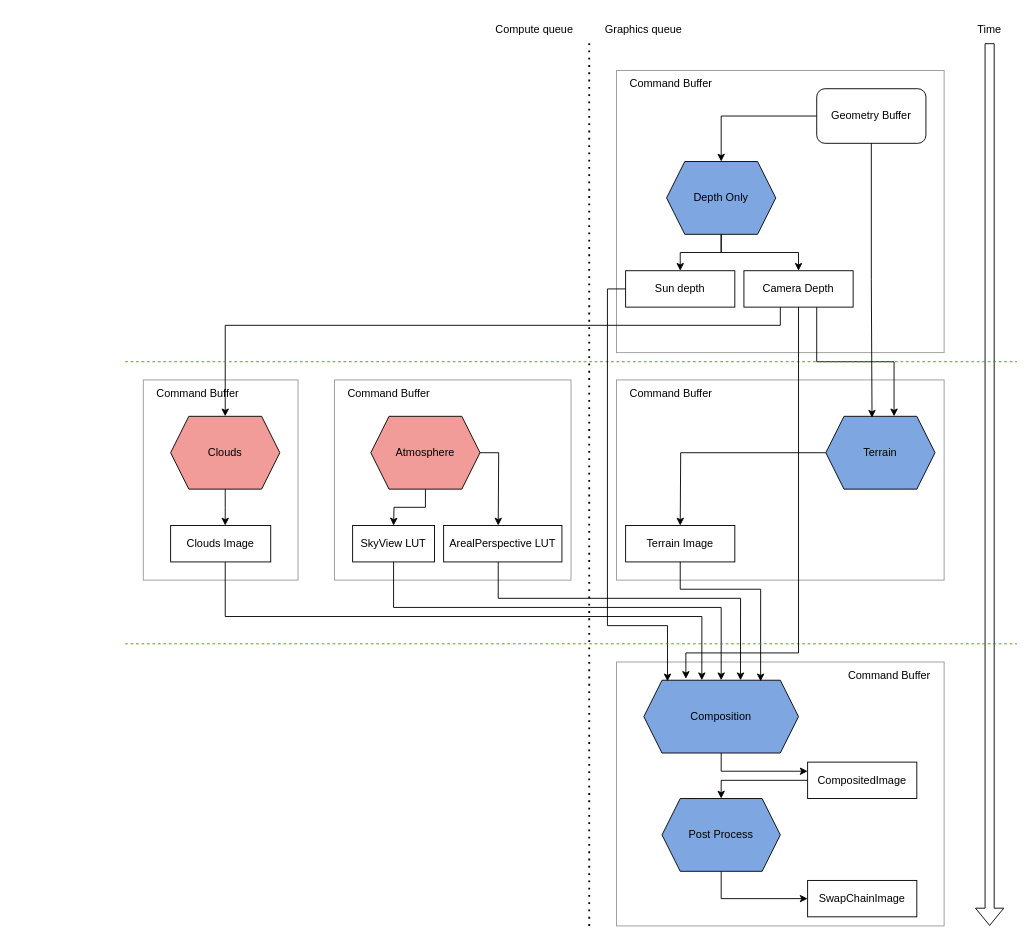
Before: examples/cloud_renderer/framegraph.drawio in elliahu/hammock, a draw.io diagram. Source tidied: cells renumbered, new cells numbered last; positions are measured from the earlier drawing's top-left corner, leaving out a move shared by most shapes. Both pictures are drawn from the tidied source at 91%, with x=0, y=0 at pixel (125, 15).
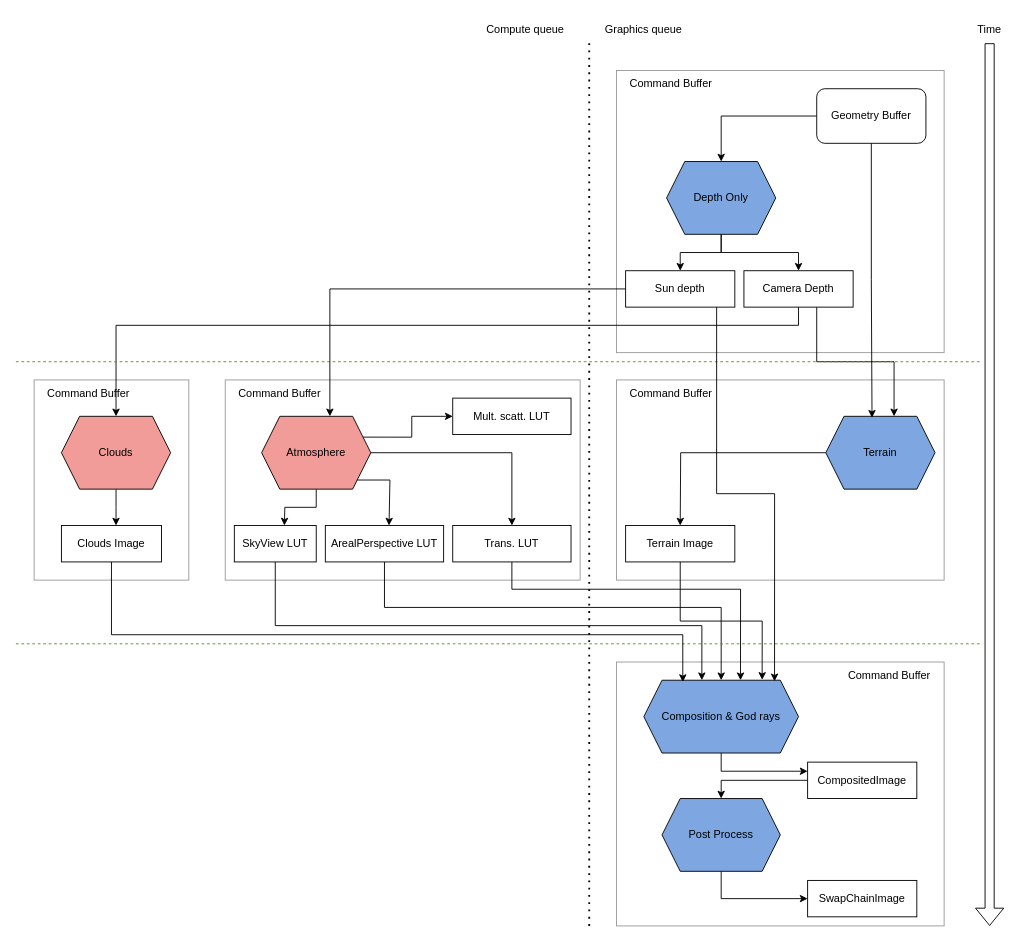
Above is the later version.

The change refers to these unchanged cells:
```xml
<mxCell id="16" value="Terrain Image" style="rounded=0;whiteSpace=wrap;html=1;" parent="1" vertex="1">
  <mxGeometry x="550" y="560" width="120" height="40" as="geometry" />
</mxCell>
<mxCell id="29" value="Camera Depth" style="rounded=0;whiteSpace=wrap;html=1;" parent="1" vertex="1">
  <mxGeometry x="680" y="280" width="120" height="40" as="geometry" />
</mxCell>
<mxCell id="48" value="Sun depth" style="rounded=0;whiteSpace=wrap;html=1;" parent="1" vertex="1">
  <mxGeometry x="550" y="280" width="120" height="40" as="geometry" />
</mxCell>
```

Diff of the diagram source:
```diff
@@
     <mxCell id="5" style="rounded=0;whiteSpace=wrap;html=1;fillColor=none;strokeColor=#999999;" parent="1" vertex="1">
-      <mxGeometry x="230" y="400" width="260" height="220" as="geometry" />
+      <mxGeometry x="110" y="400" width="390" height="220" as="geometry" />
     </mxCell>
     <mxCell id="6" style="rounded=0;whiteSpace=wrap;html=1;fillColor=none;strokeColor=#999999;" parent="1" vertex="1">
-      <mxGeometry x="20" y="400" width="170" height="220" as="geometry" />
+      <mxGeometry x="-100" y="400" width="170" height="220" as="geometry" />
     </mxCell>
     <mxCell id="7" style="edgeStyle=orthogonalEdgeStyle;rounded=0;jettySize=auto;html=1;entryX=0.5;entryY=0;entryDx=0;entryDy=0;" parent="1" edge="1" source="8">
       <mxGeometry relative="1" as="geometry">
-        <mxPoint x="110" y="560" as="targetPoint" />
+        <mxPoint x="-10" y="560" as="targetPoint" />
       </mxGeometry>
     </mxCell>
     <mxCell id="8" value="Clouds" style="shape=hexagon;perimeter=hexagonPerimeter2;whiteSpace=wrap;html=1;fixedSize=1;fillColor=#F19C99;" parent="1" vertex="1">
-      <mxGeometry x="50" y="440" width="120" height="80" as="geometry" />
+      <mxGeometry x="-70" y="440" width="120" height="80" as="geometry" />
     </mxCell>
-    <mxCell id="9" style="edgeStyle=orthogonalEdgeStyle;rounded=0;jettySize=auto;html=1;entryX=0.375;entryY=0;entryDx=0;entryDy=0;" parent="1" edge="1" source="10" target="12">
-      <mxGeometry relative="1" as="geometry">
-        <Array as="points">
-          <mxPoint x="110" y="660" />
-          <mxPoint x="634" y="660" />
-        </Array>
-      </mxGeometry>
-    </mxCell>
     <mxCell id="10" value="Clouds Image" style="rounded=0;whiteSpace=wrap;html=1;" parent="1" vertex="1">
-      <mxGeometry x="50" y="560" width="110" height="40" as="geometry" />
+      <mxGeometry x="-70" y="560" width="110" height="40" as="geometry" />
     </mxCell>
@@
-    <mxCell id="12" value="Composition" style="shape=hexagon;perimeter=hexagonPerimeter2;whiteSpace=wrap;html=1;fixedSize=1;fillColor=#7EA6E0;" parent="1" vertex="1">
+    <mxCell id="12" value="Composition &amp;amp; God rays" style="shape=hexagon;perimeter=hexagonPerimeter2;whiteSpace=wrap;html=1;fixedSize=1;fillColor=#7EA6E0;" parent="1" vertex="1">
       <mxGeometry x="570" y="730" width="170" height="80" as="geometry" />
     </mxCell>
@@
     <mxCell id="19" style="edgeStyle=orthogonalEdgeStyle;rounded=0;jettySize=auto;html=1;entryX=0.5;entryY=0;entryDx=0;entryDy=0;" parent="1" edge="1" source="21">
       <mxGeometry relative="1" as="geometry">
-        <mxPoint x="295" y="560" as="targetPoint" />
+        <mxPoint x="175" y="560" as="targetPoint" />
       </mxGeometry>
     </mxCell>
     <mxCell id="20" style="edgeStyle=orthogonalEdgeStyle;rounded=0;jettySize=auto;html=1;entryX=0.5;entryY=0;entryDx=0;entryDy=0;" parent="1" edge="1" source="21">
       <mxGeometry relative="1" as="geometry">
-        <mxPoint x="410" y="560" as="targetPoint" />
+        <mxPoint x="290" y="560" as="targetPoint" />
+        <Array as="points">
+          <mxPoint x="291" y="510" />
+        </Array>
       </mxGeometry>
     </mxCell>
+    <mxCell id="54" style="edgeStyle=orthogonalEdgeStyle;rounded=0;jettySize=auto;html=1;entryX=0.5;entryY=0;entryDx=0;entryDy=0;" parent="1" edge="1" source="21" target="58">
+      <mxGeometry relative="1" as="geometry" />
+    </mxCell>
+    <mxCell id="55" style="edgeStyle=orthogonalEdgeStyle;rounded=0;jettySize=auto;html=1;exitX=1;exitY=0.25;exitDx=0;exitDy=0;entryX=0;entryY=0.5;entryDx=0;entryDy=0;" parent="1" edge="1" source="21" target="59">
+      <mxGeometry relative="1" as="geometry" />
+    </mxCell>
     <mxCell id="21" value="Atmosphere" style="shape=hexagon;perimeter=hexagonPerimeter2;whiteSpace=wrap;html=1;fixedSize=1;shadow=0;fillColor=#F19C99;" parent="1" vertex="1">
-      <mxGeometry x="270" y="440" width="120" height="80" as="geometry" />
+      <mxGeometry x="150" y="440" width="120" height="80" as="geometry" />
     </mxCell>
-    <mxCell id="22" style="edgeStyle=orthogonalEdgeStyle;rounded=0;jettySize=auto;html=1;entryX=0.5;entryY=0;entryDx=0;entryDy=0;" parent="1" edge="1" source="23" target="12">
+    <mxCell id="22" style="edgeStyle=orthogonalEdgeStyle;rounded=0;jettySize=auto;html=1;entryX=0.375;entryY=0;entryDx=0;entryDy=0;" parent="1" edge="1" source="23" target="12">
       <mxGeometry relative="1" as="geometry">
         <Array as="points">
-          <mxPoint x="295" y="650" />
-          <mxPoint x="655" y="650" />
+          <mxPoint x="165" y="670" />
+          <mxPoint x="634" y="670" />
         </Array>
       </mxGeometry>
     </mxCell>
     <mxCell id="23" value="SkyView LUT" style="rounded=0;whiteSpace=wrap;html=1;" parent="1" vertex="1">
-      <mxGeometry x="250" y="560" width="90" height="40" as="geometry" />
+      <mxGeometry x="120" y="560" width="90" height="40" as="geometry" />
     </mxCell>
-    <mxCell id="24" style="edgeStyle=orthogonalEdgeStyle;rounded=0;jettySize=auto;html=1;entryX=0.625;entryY=0;entryDx=0;entryDy=0;" parent="1" edge="1" source="25" target="12">
+    <mxCell id="24" style="edgeStyle=orthogonalEdgeStyle;rounded=0;jettySize=auto;html=1;entryX=0.5;entryY=0;entryDx=0;entryDy=0;" parent="1" edge="1" source="25" target="12">
       <mxGeometry relative="1" as="geometry">
         <Array as="points">
-          <mxPoint x="410" y="640" />
-          <mxPoint x="676" y="640" />
+          <mxPoint x="285" y="650" />
+          <mxPoint x="655" y="650" />
         </Array>
       </mxGeometry>
     </mxCell>
     <mxCell id="25" value="ArealPerspective LUT" style="rounded=0;whiteSpace=wrap;html=1;" parent="1" vertex="1">
-      <mxGeometry x="350" y="560" width="130" height="40" as="geometry" />
+      <mxGeometry x="220" y="560" width="130" height="40" as="geometry" />
     </mxCell>
@@
     <mxCell id="28" style="edgeStyle=orthogonalEdgeStyle;rounded=0;jettySize=auto;html=1;entryX=0.5;entryY=0;entryDx=0;entryDy=0;" parent="1" edge="1" source="29" target="8">
       <mxGeometry relative="1" as="geometry">
         <Array as="points">
-          <mxPoint x="720" y="340" />
-          <mxPoint x="110" y="340" />
+          <mxPoint x="740" y="340" />
+          <mxPoint x="-10" y="340" />
         </Array>
       </mxGeometry>
     </mxCell>
@@
     <mxCell id="32" value="Compute queue" style="text;html=1;align=center;verticalAlign=middle;whiteSpace=wrap;rounded=0;" parent="1" vertex="1">
-      <mxGeometry x="390" width="120" height="30" as="geometry" />
+      <mxGeometry x="380" width="120" height="30" as="geometry" />
     </mxCell>
@@
-    <mxCell id="35" style="edgeStyle=orthogonalEdgeStyle;rounded=0;jettySize=auto;html=1;entryX=0.755;entryY=0.015;entryDx=0;entryDy=0;entryPerimeter=0;" parent="1" edge="1" source="16" target="12">
-      <mxGeometry relative="1" as="geometry">
-        <Array as="points">
-          <mxPoint x="610" y="630" />
-          <mxPoint x="698" y="630" />
-        </Array>
-      </mxGeometry>
-    </mxCell>
     <mxCell id="36" value="Command Buffer" style="text;html=1;align=center;verticalAlign=middle;whiteSpace=wrap;rounded=0;" parent="1" vertex="1">
-      <mxGeometry x="20" y="400" width="120" height="30" as="geometry" />
+      <mxGeometry x="-100" y="400" width="120" height="30" as="geometry" />
     </mxCell>
     <mxCell id="37" value="Command Buffer" style="text;html=1;align=center;verticalAlign=middle;whiteSpace=wrap;rounded=0;" parent="1" vertex="1">
-      <mxGeometry x="230" y="400" width="120" height="30" as="geometry" />
+      <mxGeometry x="110" y="400" width="120" height="30" as="geometry" />
     </mxCell>
@@
     <mxCell id="44" style="endArrow=none;dashed=1;html=1;rounded=0;strokeColor=#4D9900;" parent="1" edge="1">
       <mxGeometry relative="1" as="geometry">
-        <mxPoint y="380" as="sourcePoint" />
-        <mxPoint x="980" y="380" as="targetPoint" />
+        <mxPoint x="-120" y="380" as="sourcePoint" />
+        <mxPoint x="940" y="380" as="targetPoint" />
       </mxGeometry>
     </mxCell>
@@
+    <mxCell id="56" style="edgeStyle=orthogonalEdgeStyle;rounded=0;jettySize=auto;html=1;entryX=0.625;entryY=0;entryDx=0;entryDy=0;" parent="1" edge="1" source="48" target="21">
+      <mxGeometry relative="1" as="geometry" />
+    </mxCell>
@@
-    <mxCell id="50" style="edgeStyle=orthogonalEdgeStyle;rounded=0;jettySize=auto;html=1;entryX=0.153;entryY=0.015;entryDx=0;entryDy=0;entryPerimeter=0;" parent="1" edge="1" source="48" target="12">
-      <mxGeometry relative="1" as="geometry">
-        <Array as="points">
-          <mxPoint x="530" y="300" />
-          <mxPoint x="530" y="670" />
-          <mxPoint x="596" y="670" />
-        </Array>
-      </mxGeometry>
-    </mxCell>
@@
     <mxCell id="52" style="endArrow=none;dashed=1;html=1;rounded=0;strokeColor=#4D9900;" parent="1" edge="1">
       <mxGeometry relative="1" as="geometry">
-        <mxPoint y="690" as="sourcePoint" />
-        <mxPoint x="980" y="690" as="targetPoint" />
+        <mxPoint x="-120" y="690" as="sourcePoint" />
+        <mxPoint x="940" y="690" as="targetPoint" />
       </mxGeometry>
     </mxCell>
-    <mxCell id="53" style="edgeStyle=orthogonalEdgeStyle;rounded=0;jettySize=auto;html=1;entryX=0.272;entryY=-0.019;entryDx=0;entryDy=0;entryPerimeter=0;" parent="1" edge="1" source="29" target="12">
-      <mxGeometry relative="1" as="geometry">
-        <Array as="points">
-          <mxPoint x="740" y="700" />
-          <mxPoint x="616" y="700" />
-        </Array>
-      </mxGeometry>
-    </mxCell>
+    <mxCell id="57" style="edgeStyle=orthogonalEdgeStyle;rounded=0;jettySize=auto;html=1;entryX=0.625;entryY=0;entryDx=0;entryDy=0;" parent="1" edge="1" source="58" target="12">
+      <mxGeometry relative="1" as="geometry">
+        <Array as="points">
+          <mxPoint x="425" y="630" />
+          <mxPoint x="676" y="630" />
+        </Array>
+      </mxGeometry>
+    </mxCell>
+    <mxCell id="58" value="Trans. LUT" style="rounded=0;whiteSpace=wrap;html=1;" parent="1" vertex="1">
+      <mxGeometry x="360" y="560" width="130" height="40" as="geometry" />
+    </mxCell>
+    <mxCell id="59" value="Mult. scatt. LUT" style="rounded=0;whiteSpace=wrap;html=1;" parent="1" vertex="1">
+      <mxGeometry x="360" y="420" width="130" height="40" as="geometry" />
+    </mxCell>
+    <mxCell id="50" style="edgeStyle=orthogonalEdgeStyle;rounded=0;jettySize=auto;html=1;entryX=0.845;entryY=0.015;entryDx=0;entryDy=0;entryPerimeter=0;" parent="1" edge="1" source="48" target="12">
+      <mxGeometry relative="1" as="geometry">
+        <Array as="points">
+          <mxPoint x="650" y="525" />
+          <mxPoint x="714" y="525" />
+        </Array>
+      </mxGeometry>
+    </mxCell>
+    <mxCell id="35" style="edgeStyle=orthogonalEdgeStyle;rounded=0;jettySize=auto;html=1;entryX=0.765;entryY=-0.005;entryDx=0;entryDy=0;entryPerimeter=0;" parent="1" edge="1" source="16" target="12">
+      <mxGeometry relative="1" as="geometry" />
+    </mxCell>
+    <mxCell id="9" style="edgeStyle=orthogonalEdgeStyle;rounded=0;jettySize=auto;html=1;entryX=0.252;entryY=0.025;entryDx=0;entryDy=0;entryPerimeter=0;" parent="1" edge="1" source="10" target="12">
+      <mxGeometry relative="1" as="geometry">
+        <Array as="points">
+          <mxPoint x="-15" y="680" />
+          <mxPoint x="613" y="680" />
+        </Array>
+      </mxGeometry>
+    </mxCell>
```
